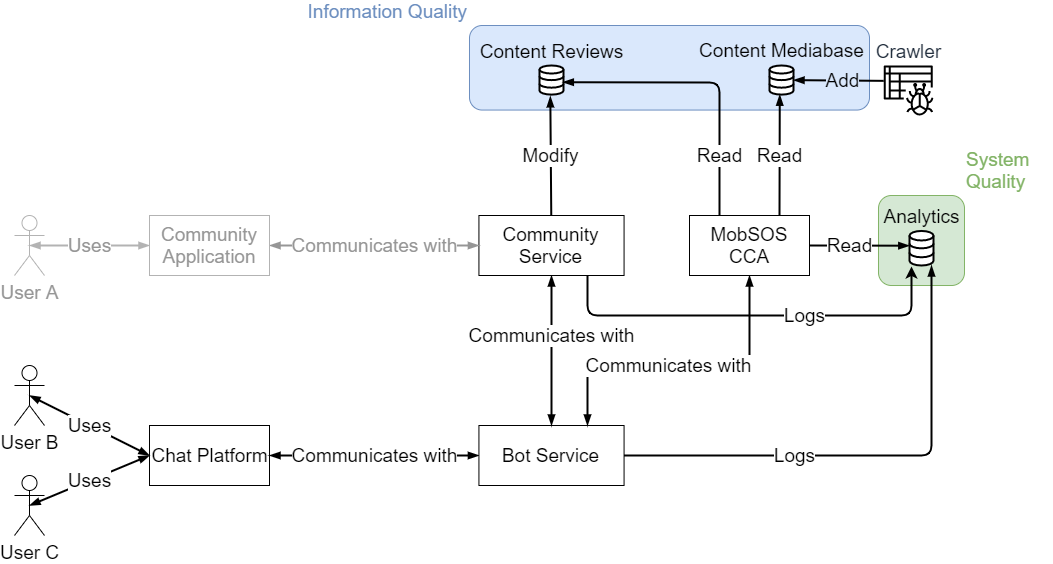
This is figures/realization/Component_Diagramm.png from lakhoune/bachelor-thesis, a draw.io export, as it was before one commit. Source tidied: cells renumbered, new cells last; positions are measured from the earlier drawing's top-left corner, leaving out a move shared by most shapes.
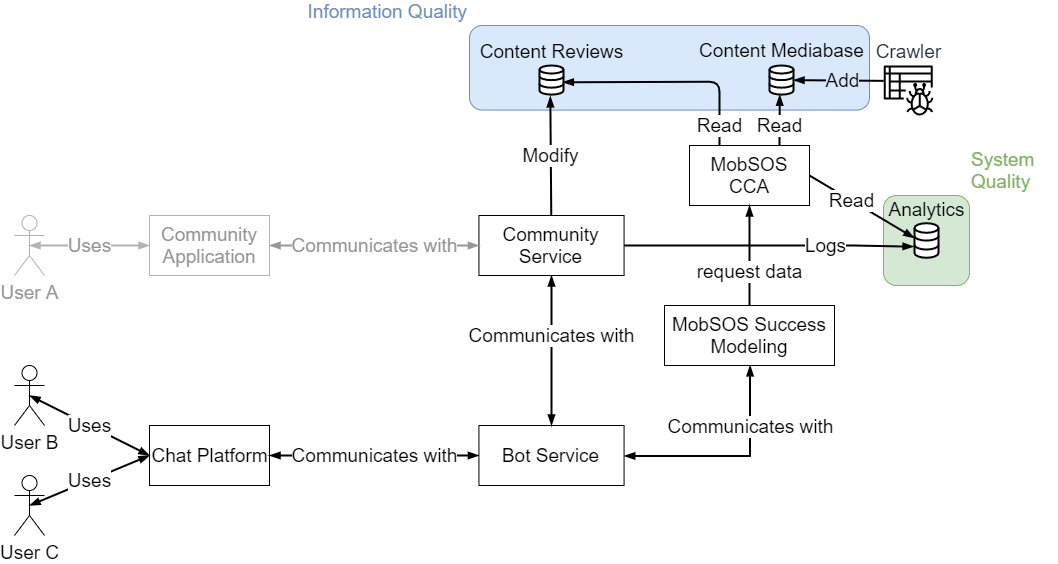
After the commit.

Commit message:
adjust component diagramm

What changed in the source:
```diff
@@ -3,7 +3,7 @@
     <mxCell id="0" />
     <mxCell id="1" parent="0" />
     <mxCell id="2" value="System Quality" style="rounded=1;whiteSpace=wrap;html=1;labelBackgroundColor=none;strokeColor=#82b366;fillColor=#d5e8d4;fontSize=19;labelPosition=right;verticalLabelPosition=top;align=left;verticalAlign=bottom;fontColor=#82B366;" parent="1" vertex="1">
-      <mxGeometry x="864" y="170" width="86" height="90" as="geometry" />
+      <mxGeometry x="869" y="170" width="86" height="90" as="geometry" />
     </mxCell>
     <mxCell id="3" value="Information Quality" style="rounded=1;whiteSpace=wrap;html=1;strokeColor=#6c8ebf;fillColor=#dae8fc;fontSize=19;labelPosition=left;verticalLabelPosition=top;align=right;verticalAlign=bottom;fontColor=#6C8EBF;labelBorderColor=none;" parent="1" vertex="1">
       <mxGeometry x="455" width="400" height="84.5" as="geometry" />
@@ -35,11 +35,10 @@
     <mxCell id="12" value="&lt;font color=&quot;#000000&quot;&gt;Communicates with&lt;/font&gt;" style="rounded=0;jettySize=auto;html=1;startArrow=blockThin;startFill=1;endArrow=blockThin;endFill=1;entryX=0.5;entryY=0;entryDx=0;entryDy=0;exitX=0.5;exitY=1;exitDx=0;exitDy=0;fontSize=19;strokeWidth=2;fillColor=#f5f5f5;strokeColor=#000000;fontColor=#B3B3B3;" parent="1" edge="1" source="23" target="11">
       <mxGeometry x="-0.2" relative="1" as="geometry" />
     </mxCell>
-    <mxCell id="13" value="Communicates with" style="rounded=1;jettySize=auto;html=1;startArrow=blockThin;startFill=1;endArrow=blockThin;endFill=1;exitX=0.5;exitY=1;exitDx=0;exitDy=0;entryX=0.75;entryY=0;entryDx=0;entryDy=0;fontSize=19;edgeStyle=orthogonalEdgeStyle;strokeWidth=2;" parent="1" edge="1" source="26" target="11">
-      <mxGeometry x="0.1" relative="1" as="geometry">
+    <mxCell id="13" value="Communicates with" style="rounded=0;jettySize=auto;html=1;startArrow=blockThin;startFill=1;endArrow=blockThin;endFill=1;entryX=1;entryY=0.5;entryDx=0;entryDy=0;fontSize=19;edgeStyle=orthogonalEdgeStyle;strokeWidth=2;exitX=0.5;exitY=1;exitDx=0;exitDy=0;" parent="1" edge="1" source="34" target="11">
+      <mxGeometry x="-0.44" relative="1" as="geometry">
         <Array as="points">
-          <mxPoint x="715" y="340" />
-          <mxPoint x="573" y="340" />
+          <mxPoint x="735" y="430" />
         </Array>
       </mxGeometry>
     </mxCell>
@@ -49,14 +48,17 @@
     <mxCell id="15" value="Content Reviews" style="html=1;verticalLabelPosition=top;align=center;labelBackgroundColor=none;verticalAlign=bottom;strokeWidth=2;strokeColor=#000000;shadow=0;dashed=0;shape=mxgraph.ios7.icons.data;labelPosition=center;fontSize=19;" parent="1" vertex="1">
       <mxGeometry x="525" y="40" width="24" height="29.1" as="geometry" />
     </mxCell>
-    <mxCell id="16" value="Read" style="endArrow=none;html=1;entryX=0.25;entryY=0;entryDx=0;entryDy=0;exitX=0.972;exitY=0.573;exitDx=0;exitDy=0;exitPerimeter=0;startArrow=blockThin;startFill=1;endFill=0;fontSize=19;edgeStyle=orthogonalEdgeStyle;rounded=1;strokeWidth=2;strokeColor=#000000;" parent="1" edge="1" source="15" target="26">
-      <mxGeometry x="0.59" relative="1" as="geometry" />
+    <mxCell id="16" value="Read" style="endArrow=none;html=1;entryX=0.25;entryY=0;entryDx=0;entryDy=0;exitX=0.972;exitY=0.573;exitDx=0;exitDy=0;exitPerimeter=0;startArrow=blockThin;startFill=1;endFill=0;fontSize=19;edgeStyle=orthogonalEdgeStyle;rounded=1;strokeWidth=2;strokeColor=#000000;" parent="1" edge="1">
+      <mxGeometry x="0.82" relative="1" as="geometry">
+        <mxPoint x="548.3" y="56.7" as="sourcePoint" />
+        <mxPoint x="705" y="120" as="targetPoint" />
+      </mxGeometry>
     </mxCell>
     <mxCell id="17" value="Read" style="edgeStyle=none;rounded=0;jettySize=auto;html=1;startArrow=none;startFill=0;endArrow=blockThin;endFill=1;entryX=0.428;entryY=1.004;entryDx=0;entryDy=0;entryPerimeter=0;fontSize=19;exitX=0.75;exitY=0;exitDx=0;exitDy=0;strokeWidth=2;" parent="1" edge="1" source="26" target="19">
-      <mxGeometry relative="1" as="geometry" />
+      <mxGeometry x="-0.21" relative="1" as="geometry" />
     </mxCell>
     <mxCell id="18" value="Analytics" style="html=1;verticalLabelPosition=top;align=center;labelBackgroundColor=none;verticalAlign=bottom;strokeWidth=2;strokeColor=#000000;shadow=0;dashed=0;shape=mxgraph.ios7.icons.data;labelPosition=center;fontSize=19;" parent="1" vertex="1">
-      <mxGeometry x="895" y="205.5" width="24" height="34.5" as="geometry" />
+      <mxGeometry x="900" y="197.7" width="24" height="34.5" as="geometry" />
     </mxCell>
     <mxCell id="19" value="Content Mediabase" style="html=1;verticalLabelPosition=top;align=center;labelBackgroundColor=none;verticalAlign=middle;strokeWidth=2;strokeColor=#000000;shadow=0;dashed=0;shape=mxgraph.ios7.icons.data;labelPosition=center;fontSize=19;horizontal=1;spacingBottom=0;" parent="1" vertex="1">
       <mxGeometry x="755" y="40" width="24" height="29.1" as="geometry" />
@@ -64,15 +66,13 @@
     <mxCell id="20" value="Read" style="endArrow=blockThin;html=1;exitX=1;exitY=0.5;exitDx=0;exitDy=0;endFill=1;fontSize=19;entryX=-0.008;entryY=0.427;entryDx=0;entryDy=0;entryPerimeter=0;strokeWidth=2;" parent="1" edge="1" source="26" target="18">
       <mxGeometry x="-0.2" relative="1" as="geometry" />
     </mxCell>
-    <mxCell id="21" value="Logs" style="endArrow=blockThin;html=1;exitX=1;exitY=0.5;exitDx=0;exitDy=0;edgeStyle=orthogonalEdgeStyle;endFill=1;fontSize=19;strokeWidth=2;entryX=0.917;entryY=1;entryDx=0;entryDy=0;entryPerimeter=0;" parent="1" edge="1" source="11" target="18">
-      <mxGeometry x="-0.32" relative="1" as="geometry" />
-    </mxCell>
-    <mxCell id="22" value="Logs" style="edgeStyle=orthogonalEdgeStyle;rounded=1;jettySize=auto;html=1;exitX=0.75;exitY=1;exitDx=0;exitDy=0;entryX=0.083;entryY=1.029;entryDx=0;entryDy=0;entryPerimeter=0;strokeWidth=2;fontSize=19;" parent="1" edge="1" source="23" target="18">
-      <mxGeometry x="0.24" relative="1" as="geometry">
+    <mxCell id="22" value="Logs" style="edgeStyle=orthogonalEdgeStyle;rounded=1;jettySize=auto;html=1;exitX=1;exitY=0.5;exitDx=0;exitDy=0;strokeWidth=2;fontSize=19;entryX=-0.035;entryY=0.675;entryDx=0;entryDy=0;entryPerimeter=0;endArrow=blockThin;endFill=1;" parent="1" edge="1" source="23" target="18">
+      <mxGeometry x="0.52" y="-20" relative="1" as="geometry">
         <Array as="points">
-          <mxPoint x="573" y="290" />
-          <mxPoint x="897" y="290" />
+          <mxPoint x="830" y="220" />
+          <mxPoint x="830" y="221" />
         </Array>
+        <mxPoint x="-20" y="-20" as="offset" />
       </mxGeometry>
     </mxCell>
     <mxCell id="23" value="Community Service" style="rounded=0;whiteSpace=wrap;html=1;strokeColor=#000000;fontSize=19;" parent="1" vertex="1">
@@ -85,7 +85,7 @@
       <mxGeometry relative="1" as="geometry" />
     </mxCell>
     <mxCell id="26" value="MobSOS CCA" style="rounded=0;whiteSpace=wrap;html=1;strokeColor=#000000;fontSize=19;" parent="1" vertex="1">
-      <mxGeometry x="675" y="190" width="120" height="60" as="geometry" />
+      <mxGeometry x="675" y="120" width="120" height="60" as="geometry" />
     </mxCell>
     <mxCell id="27" value="User A" style="shape=umlActor;verticalLabelPosition=bottom;labelBackgroundColor=#ffffff;verticalAlign=top;html=1;outlineConnect=0;strokeColor=#B3B3B3;fontSize=19;fontColor=#969696;" parent="1" vertex="1">
       <mxGeometry y="190" width="30" height="60" as="geometry" />
@@ -105,5 +105,11 @@
     <mxCell id="32" value="Add" style="endArrow=blockThin;html=1;fontSize=19;endFill=1;exitX=0;exitY=0.307;exitDx=0;exitDy=0;exitPerimeter=0;labelBackgroundColor=#DAE8FC;strokeWidth=2;" parent="1" edge="1" source="31" target="19">
       <mxGeometry x="-0.1" relative="1" as="geometry" />
     </mxCell>
+    <mxCell id="33" value="&lt;font style=&quot;font-size: 19px&quot;&gt;request data&lt;/font&gt;" style="edgeStyle=orthogonalEdgeStyle;rounded=0;jettySize=auto;html=1;exitX=0.5;exitY=0;exitDx=0;exitDy=0;strokeWidth=2;endArrow=blockThin;endFill=1;" parent="1" edge="1" source="34" target="26">
+      <mxGeometry x="-0.32" relative="1" as="geometry" />
+    </mxCell>
+    <mxCell id="34" value="MobSOS Success Modeling" style="rounded=0;whiteSpace=wrap;html=1;strokeColor=#000000;fontSize=19;" parent="1" vertex="1">
+      <mxGeometry x="650" y="280" width="170" height="60" as="geometry" />
+    </mxCell>
   </root>
 </mxGraphModel>
```
